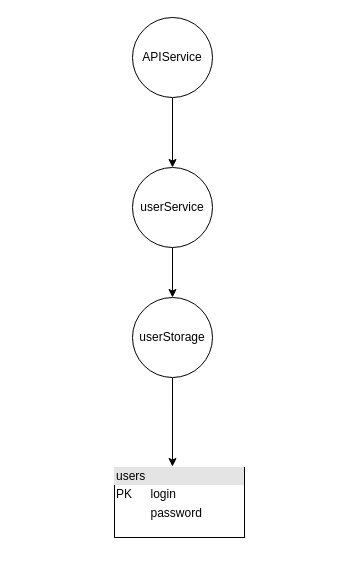
Before: scheme.drawio in IlyaYP/diploma, a draw.io diagram. Source tidied: cells renumbered, new cells numbered last; positions are measured from the earlier drawing's top-left corner, leaving out a move shared by most shapes. Both pictures are drawn from the tidied source at 100%, with x=0, y=0 at pixel (114, 17).
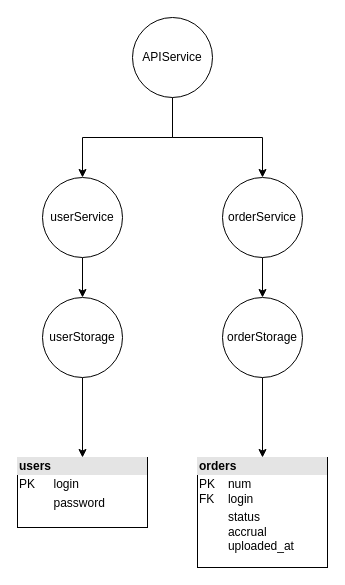
The same page after the edit.

The edit, as a diff of the source:
```diff
@@
 <mxGraphModel>
   <root>
     <mxCell id="0" />
     <mxCell id="1" parent="0" />
     <mxCell id="2" style="edgeStyle=orthogonalEdgeStyle;rounded=0;jettySize=auto;html=1;" parent="1" edge="1" source="3" target="5">
       <mxGeometry relative="1" as="geometry" />
     </mxCell>
     <mxCell id="3" value="userService" style="ellipse;whiteSpace=wrap;html=1;" parent="1" vertex="1">
-      <mxGeometry x="18" y="150" width="80" height="80" as="geometry" />
+      <mxGeometry x="-72" y="160" width="80" height="80" as="geometry" />
     </mxCell>
-    <mxCell id="4" style="edgeStyle=orthogonalEdgeStyle;rounded=0;jettySize=auto;html=1;exitX=0.5;exitY=1;exitDx=0;exitDy=0;entryX=0.446;entryY=-0.014;entryDx=0;entryDy=0;entryPerimeter=0;" parent="1" edge="1" source="5" target="8">
+    <mxCell id="4" style="edgeStyle=orthogonalEdgeStyle;rounded=0;jettySize=auto;html=1;exitX=0.5;exitY=1;exitDx=0;exitDy=0;entryX=0.5;entryY=0;entryDx=0;entryDy=0;" parent="1" edge="1" source="5" target="8">
       <mxGeometry relative="1" as="geometry" />
     </mxCell>
     <mxCell id="5" value="userStorage" style="ellipse;whiteSpace=wrap;html=1;" parent="1" vertex="1">
-      <mxGeometry x="18" y="280" width="80" height="80" as="geometry" />
+      <mxGeometry x="-72" y="280" width="80" height="80" as="geometry" />
     </mxCell>
     <mxCell id="6" style="edgeStyle=orthogonalEdgeStyle;rounded=0;jettySize=auto;html=1;exitX=0.5;exitY=1;exitDx=0;exitDy=0;entryX=0.5;entryY=0;entryDx=0;entryDy=0;" parent="1" edge="1" source="7" target="3">
       <mxGeometry relative="1" as="geometry" />
     </mxCell>
+    <mxCell id="9" style="edgeStyle=orthogonalEdgeStyle;rounded=0;jettySize=auto;html=1;exitX=0.5;exitY=1;exitDx=0;exitDy=0;entryX=0.5;entryY=0;entryDx=0;entryDy=0;" parent="1" edge="1" source="7" target="11">
+      <mxGeometry relative="1" as="geometry" />
+    </mxCell>
     <mxCell id="7" value="APIService" style="ellipse;whiteSpace=wrap;html=1;" parent="1" vertex="1">
       <mxGeometry x="18" width="80" height="80" as="geometry" />
     </mxCell>
-    <mxCell id="8" value="&lt;div style=&quot;box-sizing: border-box ; width: 100% ; background: #e4e4e4 ; padding: 2px&quot;&gt;users&lt;/div&gt;&lt;table style=&quot;width: 100% ; font-size: 1em&quot; cellpadding=&quot;2&quot; cellspacing=&quot;0&quot;&gt;&lt;tbody&gt;&lt;tr&gt;&lt;td&gt;PK&lt;/td&gt;&lt;td&gt;login&lt;/td&gt;&lt;/tr&gt;&lt;tr&gt;&lt;td&gt;&lt;br&gt;&lt;/td&gt;&lt;td&gt;password&lt;/td&gt;&lt;/tr&gt;&lt;tr&gt;&lt;td&gt;&lt;/td&gt;&lt;td&gt;&lt;br&gt;&lt;/td&gt;&lt;/tr&gt;&lt;/tbody&gt;&lt;/table&gt;" style="verticalAlign=top;align=left;overflow=fill;html=1;" parent="1" vertex="1">
-      <mxGeometry y="450" width="130" height="70" as="geometry" />
+    <mxCell id="8" value="&lt;div style=&quot;box-sizing: border-box ; width: 100% ; background: #e4e4e4 ; padding: 2px&quot;&gt;&lt;b&gt;users&lt;/b&gt;&lt;/div&gt;&lt;table style=&quot;width: 100% ; font-size: 1em&quot; cellpadding=&quot;2&quot; cellspacing=&quot;0&quot;&gt;&lt;tbody&gt;&lt;tr&gt;&lt;td&gt;PK&lt;/td&gt;&lt;td&gt;login&lt;/td&gt;&lt;/tr&gt;&lt;tr&gt;&lt;td&gt;&lt;br&gt;&lt;/td&gt;&lt;td&gt;password&lt;/td&gt;&lt;/tr&gt;&lt;tr&gt;&lt;td&gt;&lt;/td&gt;&lt;td&gt;&lt;br&gt;&lt;/td&gt;&lt;/tr&gt;&lt;/tbody&gt;&lt;/table&gt;" style="verticalAlign=top;align=left;overflow=fill;html=1;" parent="1" vertex="1">
+      <mxGeometry x="-97" y="440" width="130" height="70" as="geometry" />
     </mxCell>
+    <mxCell id="10" style="edgeStyle=orthogonalEdgeStyle;rounded=0;jettySize=auto;html=1;exitX=0.5;exitY=1;exitDx=0;exitDy=0;entryX=0.5;entryY=0;entryDx=0;entryDy=0;" parent="1" edge="1" source="11" target="13">
+      <mxGeometry relative="1" as="geometry" />
+    </mxCell>
+    <mxCell id="11" value="orderService" style="ellipse;whiteSpace=wrap;html=1;" parent="1" vertex="1">
+      <mxGeometry x="108" y="160" width="80" height="80" as="geometry" />
+    </mxCell>
+    <mxCell id="12" style="edgeStyle=orthogonalEdgeStyle;rounded=0;jettySize=auto;html=1;entryX=0.5;entryY=0;entryDx=0;entryDy=0;" parent="1" edge="1" source="13" target="14">
+      <mxGeometry relative="1" as="geometry" />
+    </mxCell>
+    <mxCell id="13" value="orderStorage" style="ellipse;whiteSpace=wrap;html=1;" parent="1" vertex="1">
+      <mxGeometry x="108" y="280" width="80" height="80" as="geometry" />
+    </mxCell>
+    <mxCell id="14" value="&lt;div style=&quot;box-sizing: border-box ; width: 100% ; background: #e4e4e4 ; padding: 2px&quot;&gt;&lt;b&gt;orders&lt;/b&gt;&lt;/div&gt;&lt;table style=&quot;width: 100% ; font-size: 1em&quot; cellpadding=&quot;2&quot; cellspacing=&quot;0&quot;&gt;&lt;tbody&gt;&lt;tr&gt;&lt;td&gt;PK&lt;br&gt;FK&lt;/td&gt;&lt;td&gt;num&lt;br&gt;login&lt;/td&gt;&lt;/tr&gt;&lt;tr&gt;&lt;td&gt;&lt;br&gt;&lt;/td&gt;&lt;td&gt;status&lt;br&gt;accrual&lt;br&gt;uploaded_at&lt;/td&gt;&lt;/tr&gt;&lt;tr&gt;&lt;td&gt;&lt;/td&gt;&lt;td&gt;&lt;br&gt;&lt;/td&gt;&lt;/tr&gt;&lt;/tbody&gt;&lt;/table&gt;" style="verticalAlign=top;align=left;overflow=fill;html=1;" parent="1" vertex="1">
+      <mxGeometry x="83" y="440" width="130" height="110" as="geometry" />
+    </mxCell>
   </root>
 </mxGraphModel>
```
